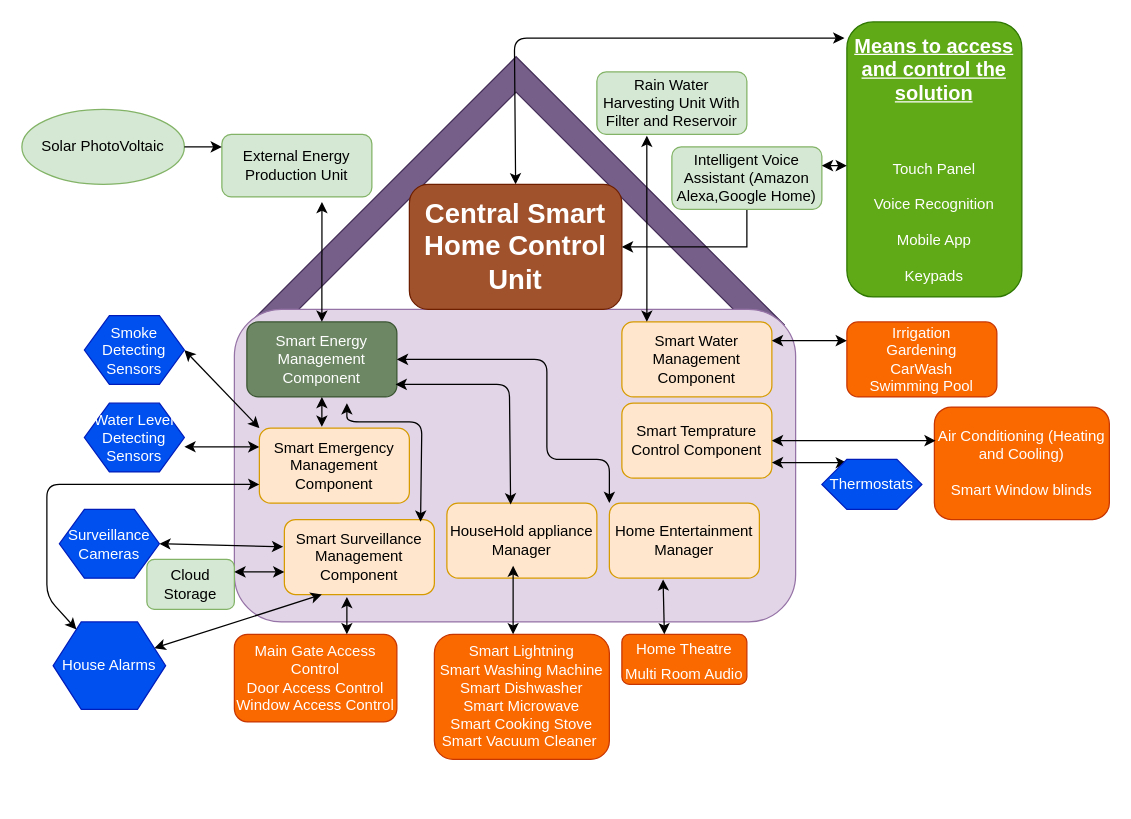
sakibshuvo/SOEN-6481-SRS keeps this draw.io diagram as Architecture/xml_to_upload_in_draw_io.drawio. Above is the earlier version. Source tidied: cells renumbered, new cells numbered last; positions are measured from the earlier drawing's top-left corner, leaving out a move shared by most shapes. Both pictures are drawn from the tidied source at 125%, with x=0, y=0 at pixel (21, 21).
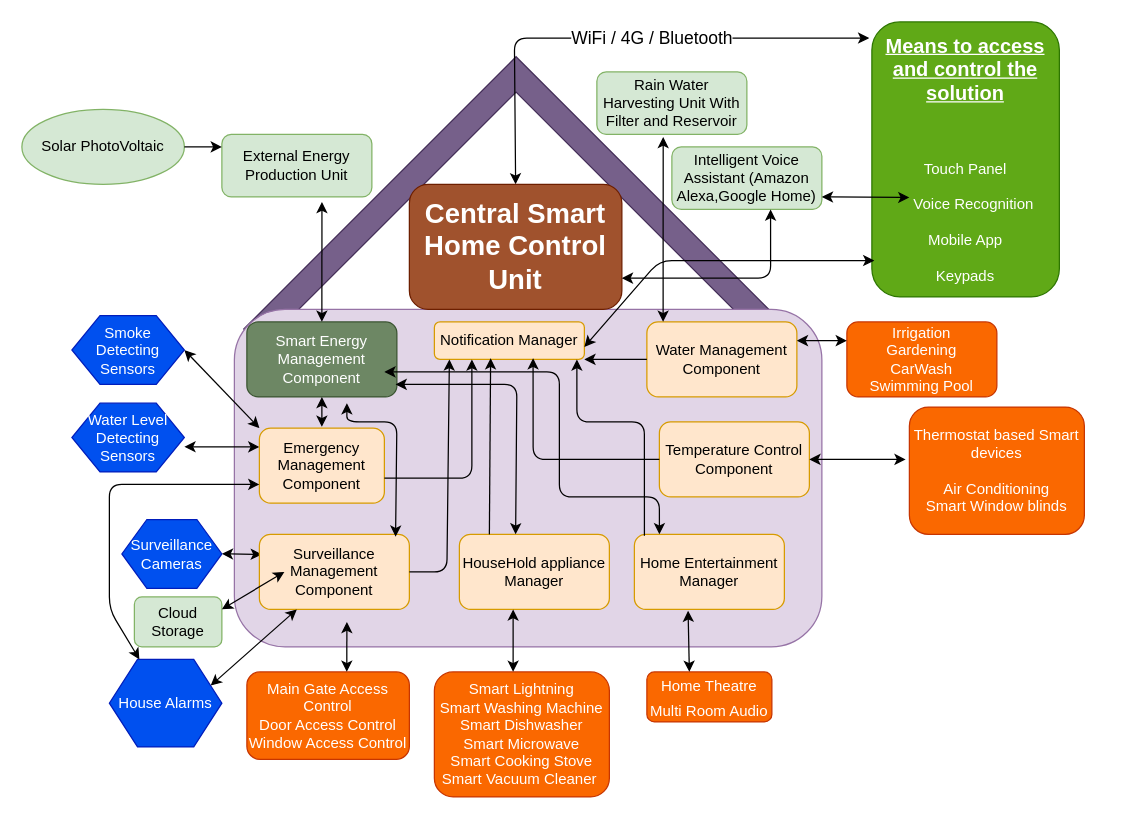
Above is the later version.

Commit message (it also covers changes not shown here):
Updated Architecture Diagram and incorporated review comments for Vision Document.

The change refers to these unchanged cells:
```xml
<mxCell id="5" value="Smart Energy Management Component" style="rounded=1;whiteSpace=wrap;html=1;fillColor=#6d8764;strokeColor=#3A5431;fontColor=#ffffff;" parent="1" vertex="1">
  <mxGeometry x="180" y="240" width="120" height="60" as="geometry" />
</mxCell>
<mxCell id="10" value="Rain Water Harvesting Unit With Filter and Reservoir" style="rounded=1;whiteSpace=wrap;html=1;fillColor=#d5e8d4;strokeColor=#82b366;" parent="1" vertex="1">
  <mxGeometry x="460" y="40" width="120" height="50" as="geometry" />
</mxCell>
<mxCell id="19" style="endArrow=classic;startArrow=classic;html=1;entryX=-0.014;entryY=0.059;entryDx=0;entryDy=0;entryPerimeter=0;exitX=0.5;exitY=0;exitDx=0;exitDy=0;" parent="1" edge="1" source="20" target="18">
  <mxGeometry relative="1" as="geometry">
    <Array as="points">
      <mxPoint x="394" y="13" />
      <mxPoint x="490" y="13" />
    </Array>
  </mxGeometry>
</mxCell>
<mxCell id="20" value="&lt;b&gt;&lt;font style=&quot;font-size: 22px&quot;&gt;Central Smart Home Control Unit&lt;/font&gt;&lt;/b&gt;" style="rounded=1;whiteSpace=wrap;html=1;fillColor=#a0522d;strokeColor=#6D1F00;fontColor=#ffffff;" parent="1" vertex="1">
  <mxGeometry x="310" y="130" width="170" height="100" as="geometry" />
</mxCell>
<mxCell id="36" value="Intelligent Voice Assistant (Amazon Alexa,Google Home)" style="rounded=1;whiteSpace=wrap;html=1;fillColor=#d5e8d4;strokeColor=#82b366;" parent="1" vertex="1">
  <mxGeometry x="520" y="100" width="120" height="50" as="geometry" />
</mxCell>
```

The edit, as a diff of the source:
```diff
@@
     <mxCell id="3" style="rounded=1;whiteSpace=wrap;html=1;fillColor=#e1d5e7;strokeColor=#9673a6;" parent="1" vertex="1">
-      <mxGeometry x="170" y="230" width="449" height="250" as="geometry" />
+      <mxGeometry x="170" y="230" width="470" height="270" as="geometry" />
     </mxCell>
     <mxCell id="4" value="Home Entertainment Manager" style="rounded=1;whiteSpace=wrap;html=1;fillColor=#ffe6cc;strokeColor=#d79b00;" parent="1" vertex="1">
-      <mxGeometry x="470" y="385" width="120" height="60" as="geometry" />
+      <mxGeometry x="490" y="410" width="120" height="60" as="geometry" />
     </mxCell>
@@
     <mxCell id="6" value="HouseHold appliance Manager" style="rounded=1;whiteSpace=wrap;html=1;fillColor=#ffe6cc;strokeColor=#d79b00;" parent="1" vertex="1">
-      <mxGeometry x="340" y="385" width="120" height="60" as="geometry" />
+      <mxGeometry x="350" y="410" width="120" height="60" as="geometry" />
     </mxCell>
@@
     <mxCell id="9" value="Cloud Storage" style="rounded=1;whiteSpace=wrap;html=1;fillColor=#d5e8d4;strokeColor=#82b366;" parent="1" vertex="1">
-      <mxGeometry x="100" y="430" width="70" height="40" as="geometry" />
+      <mxGeometry x="90" y="460" width="70" height="40" as="geometry" />
     </mxCell>
@@
-    <mxCell id="14" style="endArrow=classic;startArrow=classic;html=1;entryX=1;entryY=0.5;entryDx=0;entryDy=0;exitX=-0.008;exitY=0.364;exitDx=0;exitDy=0;exitPerimeter=0;" parent="1" edge="1" source="42" target="15">
-      <mxGeometry relative="1" as="geometry" />
+    <mxCell id="14" style="endArrow=classic;startArrow=classic;html=1;entryX=1;entryY=0.5;entryDx=0;entryDy=0;" parent="1" edge="1" target="15">
+      <mxGeometry relative="1" as="geometry">
+        <mxPoint x="192" y="426" as="sourcePoint" />
+      </mxGeometry>
     </mxCell>
     <mxCell id="15" value="Surveillance Cameras" style="shape=hexagon;perimeter=hexagonPerimeter2;whiteSpace=wrap;html=1;fillColor=#0050ef;strokeColor=#001DBC;fontColor=#ffffff;" parent="1" vertex="1">
-      <mxGeometry x="30" y="390" width="80" height="55" as="geometry" />
+      <mxGeometry x="80" y="398.1" width="80" height="55" as="geometry" />
     </mxCell>
     <mxCell id="16" value="Smoke Detecting Sensors" style="shape=hexagon;perimeter=hexagonPerimeter2;whiteSpace=wrap;html=1;fillColor=#0050ef;strokeColor=#001DBC;fontColor=#ffffff;" parent="1" vertex="1">
-      <mxGeometry x="50" y="235" width="80" height="55" as="geometry" />
+      <mxGeometry x="40" y="235" width="90" height="55" as="geometry" />
     </mxCell>
     <mxCell id="17" value="Water Level Detecting Sensors" style="shape=hexagon;perimeter=hexagonPerimeter2;whiteSpace=wrap;html=1;fillColor=#0050ef;strokeColor=#001DBC;fontColor=#ffffff;" parent="1" vertex="1">
-      <mxGeometry x="50" y="305" width="80" height="55" as="geometry" />
+      <mxGeometry x="40" y="305" width="90" height="55" as="geometry" />
     </mxCell>
-    <mxCell id="18" value="&lt;u&gt;&lt;b&gt;&lt;font style=&quot;font-size: 16px&quot;&gt;Means to access and control the solution&lt;/font&gt;&lt;/b&gt;&lt;/u&gt;&lt;br&gt;&lt;br&gt;&lt;br&gt;&lt;br&gt;Touch Panel&lt;br&gt;&lt;br&gt;Voice Recognition&lt;br&gt;&lt;br&gt;Mobile App&lt;br&gt;&lt;br&gt;Keypads" style="rounded=1;whiteSpace=wrap;html=1;fillColor=#60a917;strokeColor=#2D7600;fontColor=#ffffff;" parent="1" vertex="1">
-      <mxGeometry x="660" width="140" height="220" as="geometry" />
+    <mxCell id="18" value="&lt;u&gt;&lt;b&gt;&lt;font style=&quot;font-size: 16px&quot;&gt;Means to access and control the solution&lt;/font&gt;&lt;/b&gt;&lt;/u&gt;&lt;br&gt;&lt;br&gt;&lt;br&gt;&lt;br&gt;Touch Panel&lt;br&gt;&lt;br&gt;&amp;nbsp; &amp;nbsp; Voice Recognition&lt;br&gt;&lt;br&gt;Mobile App&lt;br&gt;&lt;br&gt;Keypads" style="rounded=1;whiteSpace=wrap;html=1;fillColor=#60a917;strokeColor=#2D7600;fontColor=#ffffff;" parent="1" vertex="1">
+      <mxGeometry x="680" width="150" height="220" as="geometry" />
     </mxCell>
@@
+    <mxCell id="50" value="&lt;font style=&quot;font-size: 14px&quot;&gt;WiFi / 4G / &lt;font&gt;Bluetooth&lt;/font&gt;&lt;/font&gt;" style="edgeLabel;html=1;align=center;verticalAlign=middle;" parent="19" vertex="1">
+      <mxGeometry x="0.13" relative="1" as="geometry" />
+    </mxCell>
@@
-    <mxCell id="22" value="Smart Water Management Component" style="rounded=1;whiteSpace=wrap;html=1;fillColor=#ffe6cc;strokeColor=#d79b00;" parent="1" vertex="1">
-      <mxGeometry x="480" y="240" width="120" height="60" as="geometry" />
+    <mxCell id="22" value="Water Management Component" style="rounded=1;whiteSpace=wrap;html=1;fillColor=#ffe6cc;strokeColor=#d79b00;" parent="1" vertex="1">
+      <mxGeometry x="500" y="240" width="120" height="60" as="geometry" />
     </mxCell>
@@
-    <mxCell id="24" style="endArrow=classic;startArrow=classic;html=1;entryX=0.333;entryY=1.02;entryDx=0;entryDy=0;entryPerimeter=0;" parent="1" edge="1" target="10">
+    <mxCell id="24" style="endArrow=classic;startArrow=classic;html=1;entryX=0.442;entryY=1.04;entryDx=0;entryDy=0;entryPerimeter=0;" parent="1" edge="1" target="10">
       <mxGeometry relative="1" as="geometry">
-        <mxPoint x="500" y="240" as="sourcePoint" />
+        <mxPoint x="513" y="240" as="sourcePoint" />
       </mxGeometry>
     </mxCell>
@@
-    <mxCell id="27" style="endArrow=classic;startArrow=classic;html=1;entryX=1;entryY=0.5;entryDx=0;entryDy=0;exitX=0;exitY=0;exitDx=0;exitDy=0;" parent="1" edge="1" source="4" target="5">
+    <mxCell id="27" style="endArrow=classic;startArrow=classic;html=1;exitX=0.167;exitY=0;exitDx=0;exitDy=0;exitPerimeter=0;" parent="1" edge="1" source="4">
       <mxGeometry relative="1" as="geometry">
+        <mxPoint x="290" y="280" as="targetPoint" />
         <Array as="points">
-          <mxPoint x="470" y="350" />
-          <mxPoint x="420" y="350" />
-          <mxPoint x="420" y="270" />
+          <mxPoint x="510" y="380" />
+          <mxPoint x="430" y="380" />
+          <mxPoint x="430" y="280" />
         </Array>
       </mxGeometry>
     </mxCell>
-    <mxCell id="28" style="endArrow=classic;startArrow=classic;html=1;exitX=0.425;exitY=0.017;exitDx=0;exitDy=0;exitPerimeter=0;" parent="1" edge="1" source="6">
+    <mxCell id="28" style="endArrow=classic;startArrow=classic;html=1;exitX=0.375;exitY=0;exitDx=0;exitDy=0;exitPerimeter=0;" parent="1" edge="1" source="6">
       <mxGeometry relative="1" as="geometry">
         <mxPoint x="299" y="290" as="targetPoint" />
         <Array as="points">
-          <mxPoint x="390" y="290" />
+          <mxPoint x="396" y="290" />
         </Array>
       </mxGeometry>
     </mxCell>
     <mxCell id="29" value="House Alarms" style="shape=hexagon;perimeter=hexagonPerimeter2;whiteSpace=wrap;html=1;fillColor=#0050ef;strokeColor=#001DBC;fontColor=#ffffff;" parent="1" vertex="1">
-      <mxGeometry x="25" y="480" width="90" height="70" as="geometry" />
+      <mxGeometry x="70" y="510" width="90" height="70" as="geometry" />
     </mxCell>
     <mxCell id="30" value="&lt;font style=&quot;font-size: 12px&quot;&gt;Smart Lightning&lt;br&gt;Smart Washing Machine&lt;br&gt;Smart Dishwasher&lt;br&gt;Smart Microwave&lt;br&gt;Smart Cooking Stove&lt;br&gt;Smart Vacuum Cleaner&amp;nbsp;&lt;br&gt;&lt;/font&gt;" style="rounded=1;whiteSpace=wrap;html=1;fillColor=#fa6800;strokeColor=#C73500;fontColor=#ffffff;" parent="1" vertex="1">
-      <mxGeometry x="330" y="490" width="140" height="100" as="geometry" />
+      <mxGeometry x="330" y="520" width="140" height="100" as="geometry" />
     </mxCell>
     <mxCell id="31" value="&lt;span style=&quot;font-size: 16px&quot;&gt;&lt;span style=&quot;font-size: 12px&quot;&gt;Home Theatre&lt;br&gt;Multi Room Audio&lt;br&gt;&lt;/span&gt;&lt;/span&gt;" style="rounded=1;whiteSpace=wrap;html=1;fillColor=#fa6800;strokeColor=#C73500;fontColor=#ffffff;" parent="1" vertex="1">
-      <mxGeometry x="480" y="490" width="100" height="40" as="geometry" />
+      <mxGeometry x="500" y="520" width="100" height="40" as="geometry" />
     </mxCell>
-    <mxCell id="32" value="Smart Temprature Control Component" style="rounded=1;whiteSpace=wrap;html=1;fillColor=#ffe6cc;strokeColor=#d79b00;" parent="1" vertex="1">
-      <mxGeometry x="480" y="305" width="120" height="60" as="geometry" />
+    <mxCell id="32" value="Temperature Control Component" style="rounded=1;whiteSpace=wrap;html=1;fillColor=#ffe6cc;strokeColor=#d79b00;" parent="1" vertex="1">
+      <mxGeometry x="510" y="320" width="120" height="60" as="geometry" />
     </mxCell>
-    <mxCell id="33" value="&lt;font style=&quot;font-size: 12px&quot;&gt;Air Conditioning (Heating and Cooling)&lt;br&gt;&lt;br&gt;Smart Window blinds&lt;br&gt;&lt;/font&gt;" style="rounded=1;whiteSpace=wrap;html=1;fillColor=#fa6800;strokeColor=#C73500;fontColor=#ffffff;" parent="1" vertex="1">
-      <mxGeometry x="730" y="308.1" width="140" height="90" as="geometry" />
+    <mxCell id="33" value="&lt;font style=&quot;font-size: 12px&quot;&gt;Thermostat based Smart devices&lt;br&gt;&lt;br&gt;Air Conditioning&lt;br&gt;Smart Window blinds&lt;br&gt;&lt;/font&gt;" style="rounded=1;whiteSpace=wrap;html=1;fillColor=#fa6800;strokeColor=#C73500;fontColor=#ffffff;" parent="1" vertex="1">
+      <mxGeometry x="710" y="308.1" width="140" height="101.9" as="geometry" />
     </mxCell>
-    <mxCell id="34" style="endArrow=classic;startArrow=classic;html=1;entryX=1;entryY=0.25;entryDx=0;entryDy=0;exitX=0.25;exitY=0.066;exitDx=0;exitDy=0;exitPerimeter=0;" parent="1" edge="1" source="39">
-      <mxGeometry relative="1" as="geometry">
-        <mxPoint x="600" y="352.6" as="targetPoint" />
-      </mxGeometry>
-    </mxCell>
-    <mxCell id="35" style="edgeStyle=orthogonalEdgeStyle;rounded=0;jettySize=auto;html=1;entryX=1;entryY=0.5;entryDx=0;entryDy=0;" parent="1" edge="1" source="36" target="20">
-      <mxGeometry relative="1" as="geometry">
-        <Array as="points">
-          <mxPoint x="580" y="180" />
-        </Array>
-      </mxGeometry>
-    </mxCell>
@@
-    <mxCell id="37" style="endArrow=classic;startArrow=classic;html=1;" parent="1" edge="1">
-      <mxGeometry relative="1" as="geometry">
-        <mxPoint x="660" y="115" as="sourcePoint" />
-        <mxPoint x="640" y="115" as="targetPoint" />
-      </mxGeometry>
-    </mxCell>
@@
-    <mxCell id="39" value="Thermostats" style="shape=hexagon;perimeter=hexagonPerimeter2;whiteSpace=wrap;html=1;fillColor=#0050ef;strokeColor=#001DBC;fontColor=#ffffff;" parent="1" vertex="1">
-      <mxGeometry x="640" y="350" width="80" height="40" as="geometry" />
-    </mxCell>
     <mxCell id="40" style="endArrow=classic;startArrow=classic;html=1;entryX=1;entryY=0.5;entryDx=0;entryDy=0;" parent="1" edge="1" target="32">
       <mxGeometry relative="1" as="geometry">
-        <mxPoint x="731" y="335" as="sourcePoint" />
+        <mxPoint x="707" y="350" as="sourcePoint" />
       </mxGeometry>
     </mxCell>
-    <mxCell id="41" style="endArrow=classic;startArrow=classic;html=1;entryX=0.367;entryY=1.083;entryDx=0;entryDy=0;exitX=0.45;exitY=0;exitDx=0;exitDy=0;entryPerimeter=0;exitPerimeter=0;" parent="1" edge="1" source="30">
+    <mxCell id="41" style="endArrow=classic;startArrow=classic;html=1;exitX=0.45;exitY=0;exitDx=0;exitDy=0;exitPerimeter=0;" parent="1" edge="1" source="30">
       <mxGeometry relative="1" as="geometry">
-        <mxPoint x="393" y="435" as="targetPoint" />
+        <mxPoint x="393" y="470" as="targetPoint" />
       </mxGeometry>
     </mxCell>
-    <mxCell id="42" value="Smart Surveillance Management&lt;br&gt;Component" style="rounded=1;whiteSpace=wrap;html=1;fillColor=#ffe6cc;strokeColor=#d79b00;" parent="1" vertex="1">
-      <mxGeometry x="210" y="398.1" width="120" height="60" as="geometry" />
+    <mxCell id="42" value="Surveillance Management&lt;br&gt;Component" style="rounded=1;whiteSpace=wrap;html=1;fillColor=#ffe6cc;strokeColor=#d79b00;" parent="1" vertex="1">
+      <mxGeometry x="190" y="410" width="120" height="60" as="geometry" />
     </mxCell>
-    <mxCell id="43" value="Smart Emergency Management Component" style="rounded=1;whiteSpace=wrap;html=1;fillColor=#ffe6cc;strokeColor=#d79b00;" parent="1" vertex="1">
-      <mxGeometry x="190" y="325" width="120" height="60" as="geometry" />
+    <mxCell id="43" value="Emergency Management Component" style="rounded=1;whiteSpace=wrap;html=1;fillColor=#ffe6cc;strokeColor=#d79b00;" parent="1" vertex="1">
+      <mxGeometry x="190" y="325" width="100" height="60" as="geometry" />
     </mxCell>
     <mxCell id="44" style="endArrow=classic;startArrow=classic;html=1;exitX=0.908;exitY=0.031;exitDx=0;exitDy=0;exitPerimeter=0;" parent="1" edge="1" source="42">
       <mxGeometry relative="1" as="geometry">
         <mxPoint x="260" y="305" as="targetPoint" />
         <Array as="points">
-          <mxPoint x="320" y="320" />
+          <mxPoint x="300" y="320" />
           <mxPoint x="260" y="320" />
         </Array>
       </mxGeometry>
     </mxCell>
@@
     <mxCell id="46" value="&lt;font style=&quot;font-size: 12px&quot;&gt;Main Gate Access Control&lt;br&gt;Door Access Control&lt;br&gt;Window Access Control&lt;br&gt;&lt;/font&gt;" style="rounded=1;whiteSpace=wrap;html=1;fillColor=#fa6800;strokeColor=#C73500;fontColor=#ffffff;" parent="1" vertex="1">
-      <mxGeometry x="170" y="490" width="130" height="70" as="geometry" />
+      <mxGeometry x="180" y="520" width="130" height="70" as="geometry" />
     </mxCell>
-    <mxCell id="47" style="endArrow=classic;startArrow=classic;html=1;" parent="1" edge="1">
+    <mxCell id="47" style="endArrow=classic;startArrow=classic;html=1;exitX=0.615;exitY=0;exitDx=0;exitDy=0;exitPerimeter=0;" parent="1" edge="1" source="46">
       <mxGeometry relative="1" as="geometry">
-        <mxPoint x="260" y="490" as="sourcePoint" />
-        <mxPoint x="260" y="460" as="targetPoint" />
+        <mxPoint x="260" y="480" as="targetPoint" />
       </mxGeometry>
     </mxCell>
@@
     <mxCell id="49" style="endArrow=classic;startArrow=classic;html=1;exitX=0;exitY=0.75;exitDx=0;exitDy=0;" parent="1" edge="1" source="43" target="29">
       <mxGeometry relative="1" as="geometry">
         <Array as="points">
-          <mxPoint x="20" y="370" />
-          <mxPoint x="20" y="460" />
+          <mxPoint x="70" y="370" />
+          <mxPoint x="70" y="470" />
         </Array>
       </mxGeometry>
     </mxCell>
+    <mxCell id="51" value="Notification Manager" style="rounded=1;whiteSpace=wrap;html=1;fillColor=#ffe6cc;strokeColor=#d79b00;" parent="1" vertex="1">
+      <mxGeometry x="330" y="240" width="120" height="30" as="geometry" />
+    </mxCell>
+    <mxCell id="52" style="endArrow=classic;startArrow=classic;html=1;" parent="1" edge="1">
+      <mxGeometry relative="1" as="geometry">
+        <mxPoint x="640" y="140" as="sourcePoint" />
+        <mxPoint x="710" y="140.5" as="targetPoint" />
+      </mxGeometry>
+    </mxCell>
+    <mxCell id="53" style="endArrow=classic;html=1;entryX=0.25;entryY=1;entryDx=0;entryDy=0;" parent="1" edge="1" target="51">
+      <mxGeometry relative="1" as="geometry">
+        <mxPoint x="290" y="365" as="sourcePoint" />
+        <Array as="points">
+          <mxPoint x="360" y="365" />
+        </Array>
+      </mxGeometry>
+    </mxCell>
+    <mxCell id="54" style="endArrow=classic;html=1;entryX=0.375;entryY=0.967;entryDx=0;entryDy=0;entryPerimeter=0;exitX=0.2;exitY=0;exitDx=0;exitDy=0;exitPerimeter=0;" parent="1" edge="1" source="6" target="51">
+      <mxGeometry relative="1" as="geometry" />
+    </mxCell>
+    <mxCell id="55" style="endArrow=classic;html=1;exitX=0;exitY=0.5;exitDx=0;exitDy=0;entryX=0.658;entryY=0.967;entryDx=0;entryDy=0;entryPerimeter=0;" parent="1" edge="1" source="32" target="51">
+      <mxGeometry relative="1" as="geometry">
+        <Array as="points">
+          <mxPoint x="409" y="350" />
+        </Array>
+      </mxGeometry>
+    </mxCell>
+    <mxCell id="56" style="endArrow=classic;html=1;entryX=1;entryY=1;entryDx=0;entryDy=0;exitX=0;exitY=0.5;exitDx=0;exitDy=0;" parent="1" edge="1" source="22" target="51">
+      <mxGeometry relative="1" as="geometry" />
+    </mxCell>
+    <mxCell id="57" style="endArrow=classic;html=1;entryX=0.1;entryY=1;entryDx=0;entryDy=0;entryPerimeter=0;" parent="1" edge="1" target="51">
+      <mxGeometry relative="1" as="geometry">
+        <mxPoint x="310" y="440" as="sourcePoint" />
+        <Array as="points">
+          <mxPoint x="340" y="440" />
+        </Array>
+      </mxGeometry>
+    </mxCell>
+    <mxCell id="58" style="endArrow=classic;html=1;exitX=0.067;exitY=0.017;exitDx=0;exitDy=0;exitPerimeter=0;" parent="1" edge="1" source="4">
+      <mxGeometry relative="1" as="geometry">
+        <mxPoint x="444" y="270" as="targetPoint" />
+        <Array as="points">
+          <mxPoint x="498" y="320" />
+          <mxPoint x="444" y="320" />
+        </Array>
+      </mxGeometry>
+    </mxCell>
+    <mxCell id="59" style="endArrow=classic;startArrow=classic;html=1;entryX=0.658;entryY=1;entryDx=0;entryDy=0;entryPerimeter=0;" parent="1" edge="1" target="36">
+      <mxGeometry relative="1" as="geometry">
+        <mxPoint x="480" y="205" as="sourcePoint" />
+        <Array as="points">
+          <mxPoint x="599" y="205" />
+        </Array>
+      </mxGeometry>
+    </mxCell>
+    <mxCell id="60" style="endArrow=classic;startArrow=classic;html=1;entryX=0.013;entryY=0.868;entryDx=0;entryDy=0;entryPerimeter=0;" parent="1" edge="1" target="18">
+      <mxGeometry relative="1" as="geometry">
+        <mxPoint x="450" y="260" as="sourcePoint" />
+        <Array as="points">
+          <mxPoint x="510" y="191" />
+          <mxPoint x="610" y="191" />
+        </Array>
+      </mxGeometry>
+    </mxCell>
```
